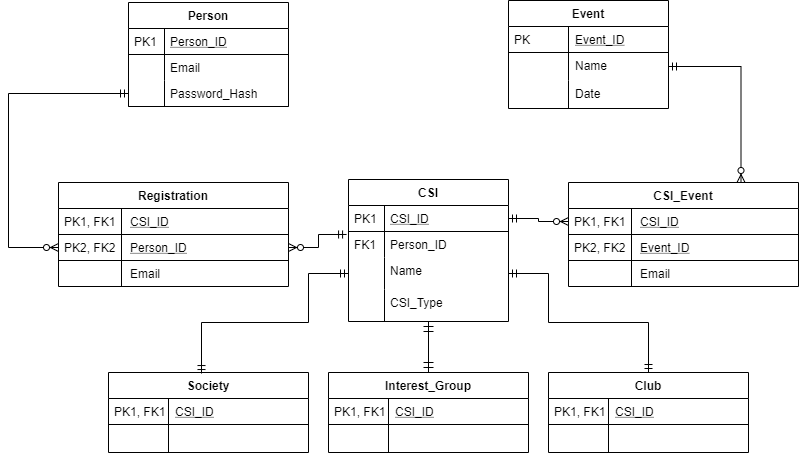
The draw.io diagram Untitled Diagram.png in Makizoro/Overclock, before a commit. Source tidied: cells renumbered, new cells last; positions are measured from the earlier drawing's top-left corner, leaving out a move shared by most shapes. The source it was exported from:
```xml
<mxGraphModel>
  <root>
    <mxCell id="0" />
    <mxCell id="1" parent="0" />
    <mxCell id="2" value="Person" style="swimlane;fontStyle=1;horizontal=1;startSize=26;rounded=0;shadow=0;strokeWidth=1;" parent="1" vertex="1">
      <mxGeometry x="120" y="2" width="160" height="104" as="geometry" />
    </mxCell>
    <mxCell id="3" value="Person_ID" style="shape=partialRectangle;top=0;left=0;right=0;bottom=1;align=left;verticalAlign=top;fillColor=none;spacingLeft=40;spacingRight=4;overflow=hidden;rounded=0;shadow=0;strokeWidth=1;fontStyle=4;" parent="2" vertex="1">
      <mxGeometry y="26" width="160" height="26" as="geometry" />
    </mxCell>
    <mxCell id="4" value="PK1" style="shape=partialRectangle;top=0;left=0;bottom=0;fillColor=none;align=left;verticalAlign=top;spacingLeft=4;spacingRight=4;overflow=hidden;" parent="3" vertex="1">
      <mxGeometry width="36" height="26" as="geometry" />
    </mxCell>
    <mxCell id="5" value="Email" style="shape=partialRectangle;top=0;left=0;right=0;bottom=0;align=left;verticalAlign=top;fillColor=none;spacingLeft=40;spacingRight=4;overflow=hidden;rounded=0;shadow=0;strokeWidth=1;" parent="2" vertex="1">
      <mxGeometry y="52" width="160" height="26" as="geometry" />
    </mxCell>
    <mxCell id="6" style="shape=partialRectangle;top=0;left=0;bottom=0;fillColor=none;align=left;verticalAlign=top;spacingLeft=4;spacingRight=4;overflow=hidden;" parent="5" vertex="1">
      <mxGeometry width="36" height="26" as="geometry" />
    </mxCell>
    <mxCell id="7" value="Password_Hash&#10;" style="shape=partialRectangle;top=0;left=0;right=0;bottom=1;align=left;verticalAlign=top;fillColor=none;spacingLeft=40;spacingRight=4;overflow=hidden;points=[[0,0.5],[1,0.5]];portConstraint=eastwest;rounded=0;shadow=0;strokeWidth=1;fontStyle=0;" parent="2" vertex="1">
      <mxGeometry y="78" width="160" height="26" as="geometry" />
    </mxCell>
    <mxCell id="8" style="shape=partialRectangle;top=0;left=0;bottom=0;fillColor=none;align=left;verticalAlign=top;spacingLeft=4;spacingRight=4;overflow=hidden;" parent="7" vertex="1">
      <mxGeometry width="36" height="26" as="geometry" />
    </mxCell>
    <mxCell id="9" value="CSI" style="swimlane;fontStyle=1;horizontal=1;startSize=26;rounded=0;shadow=0;strokeWidth=1;" parent="1" vertex="1">
      <mxGeometry x="340" y="179" width="160" height="142" as="geometry" />
    </mxCell>
    <mxCell id="10" value="CSI_ID" style="shape=partialRectangle;top=0;left=0;right=0;bottom=1;align=left;verticalAlign=top;fillColor=none;spacingLeft=40;spacingRight=4;overflow=hidden;points=[[0,0.5],[1,0.5]];portConstraint=eastwest;rounded=0;shadow=0;strokeWidth=1;fontStyle=4;" parent="9" vertex="1">
      <mxGeometry y="26" width="160" height="26" as="geometry" />
    </mxCell>
    <mxCell id="11" value="PK1" style="shape=partialRectangle;top=0;left=0;bottom=0;fillColor=none;align=left;verticalAlign=top;spacingLeft=4;spacingRight=4;overflow=hidden;" parent="10" vertex="1">
      <mxGeometry width="36" height="26" as="geometry" />
    </mxCell>
    <mxCell id="12" value="Person_ID" style="shape=partialRectangle;top=0;left=0;right=0;bottom=0;align=left;verticalAlign=top;fillColor=none;spacingLeft=40;spacingRight=4;overflow=hidden;rounded=0;shadow=0;strokeWidth=1;" parent="9" vertex="1">
      <mxGeometry y="52" width="160" height="26" as="geometry" />
    </mxCell>
    <mxCell id="13" value="FK1" style="shape=partialRectangle;top=0;left=0;bottom=0;fillColor=none;align=left;verticalAlign=top;spacingLeft=4;spacingRight=4;overflow=hidden;" parent="12" vertex="1">
      <mxGeometry width="36" height="26" as="geometry" />
    </mxCell>
    <mxCell id="14" value="Name" style="shape=partialRectangle;top=0;left=0;right=0;bottom=0;align=left;verticalAlign=top;fillColor=none;spacingLeft=40;spacingRight=4;overflow=hidden;points=[[0,0.5],[1,0.5]];portConstraint=eastwest;rounded=0;shadow=0;strokeWidth=1;" parent="9" vertex="1">
      <mxGeometry y="78" width="160" height="32" as="geometry" />
    </mxCell>
    <mxCell id="15" style="shape=partialRectangle;top=0;left=0;bottom=0;fillColor=none;align=left;verticalAlign=top;spacingLeft=4;spacingRight=4;overflow=hidden;" parent="14" vertex="1">
      <mxGeometry width="36" height="32" as="geometry" />
    </mxCell>
    <mxCell id="16" value="CSI_Type" style="shape=partialRectangle;top=0;left=0;right=0;bottom=0;align=left;verticalAlign=top;fillColor=none;spacingLeft=40;spacingRight=4;overflow=hidden;rounded=0;shadow=0;strokeWidth=1;" parent="9" vertex="1">
      <mxGeometry y="110" width="160" height="32" as="geometry" />
    </mxCell>
    <mxCell id="17" style="shape=partialRectangle;top=0;left=0;bottom=0;fillColor=none;align=left;verticalAlign=top;spacingLeft=4;spacingRight=4;overflow=hidden;" parent="16" vertex="1">
      <mxGeometry width="36" height="32" as="geometry" />
    </mxCell>
    <mxCell id="18" value="Interest_Group" style="swimlane;fontStyle=1;horizontal=1;startSize=26;rounded=0;shadow=0;strokeWidth=1;" parent="1" vertex="1">
      <mxGeometry x="320" y="372" width="200" height="80" as="geometry" />
    </mxCell>
    <mxCell id="19" value="CSI_ID" style="shape=partialRectangle;top=0;left=0;right=0;bottom=1;align=left;verticalAlign=top;fillColor=none;spacingLeft=65;spacingRight=4;overflow=hidden;rounded=0;shadow=0;strokeWidth=1;fontStyle=4;" parent="18" vertex="1">
      <mxGeometry y="26" width="200" height="26" as="geometry" />
    </mxCell>
    <mxCell id="20" value="PK1, FK1" style="shape=partialRectangle;top=0;left=0;bottom=0;fillColor=none;align=left;verticalAlign=top;spacingLeft=4;spacingRight=4;overflow=hidden;" parent="19" vertex="1">
      <mxGeometry width="60" height="26" as="geometry" />
    </mxCell>
    <mxCell id="21" style="shape=partialRectangle;top=0;left=0;right=0;bottom=0;align=left;verticalAlign=top;fillColor=none;spacingLeft=65;spacingRight=4;overflow=hidden;rounded=0;shadow=0;strokeWidth=1;" parent="18" vertex="1">
      <mxGeometry y="52" width="200" height="28" as="geometry" />
    </mxCell>
    <mxCell id="22" style="shape=partialRectangle;top=0;left=0;bottom=0;fillColor=none;align=left;verticalAlign=top;spacingLeft=4;spacingRight=4;overflow=hidden;" parent="21" vertex="1">
      <mxGeometry width="60" height="28" as="geometry" />
    </mxCell>
    <mxCell id="23" style="edgeStyle=orthogonalEdgeStyle;endArrow=ERmandOne;startArrow=ERmandOne;shadow=0;strokeWidth=1;endSize=8;startSize=8;endFill=0;" parent="1" edge="1" source="9" target="18">
      <mxGeometry relative="1" as="geometry" />
    </mxCell>
    <mxCell id="24" value="Registration" style="swimlane;fontStyle=1;horizontal=1;startSize=26;rounded=0;shadow=0;strokeWidth=1;" parent="1" vertex="1">
      <mxGeometry x="50" y="182" width="230" height="104" as="geometry" />
    </mxCell>
    <mxCell id="25" value="CSI_ID" style="shape=partialRectangle;top=0;left=0;right=0;bottom=1;align=left;verticalAlign=top;fillColor=none;spacingLeft=70;spacingRight=4;overflow=hidden;rounded=0;shadow=0;strokeWidth=1;fontStyle=4;" parent="24" vertex="1">
      <mxGeometry y="26" width="230" height="26" as="geometry" />
    </mxCell>
    <mxCell id="26" value="PK1, FK1" style="shape=partialRectangle;top=0;left=0;bottom=0;fillColor=none;align=left;verticalAlign=top;spacingLeft=4;spacingRight=4;overflow=hidden;" parent="25" vertex="1">
      <mxGeometry width="63" height="26" as="geometry" />
    </mxCell>
    <mxCell id="27" value="Person_ID" style="shape=partialRectangle;top=0;left=0;right=0;bottom=1;align=left;verticalAlign=top;fillColor=none;spacingLeft=70;spacingRight=4;overflow=hidden;points=[[0,0.5],[1,0.5]];portConstraint=eastwest;rounded=0;shadow=0;strokeWidth=1;fontStyle=4;" parent="24" vertex="1">
      <mxGeometry y="52" width="230" height="26" as="geometry" />
    </mxCell>
    <mxCell id="28" value="PK2, FK2" style="shape=partialRectangle;top=0;left=0;bottom=0;fillColor=none;align=left;verticalAlign=top;spacingLeft=4;spacingRight=4;overflow=hidden;" parent="27" vertex="1">
      <mxGeometry width="63" height="26" as="geometry" />
    </mxCell>
    <mxCell id="29" value="Email" style="shape=partialRectangle;top=0;left=0;right=0;bottom=0;align=left;verticalAlign=top;fillColor=none;spacingLeft=70;spacingRight=4;overflow=hidden;rounded=0;shadow=0;strokeWidth=1;" parent="24" vertex="1">
      <mxGeometry y="78" width="230" height="26" as="geometry" />
    </mxCell>
    <mxCell id="30" style="shape=partialRectangle;top=0;left=0;bottom=0;fillColor=none;align=left;verticalAlign=top;spacingLeft=4;spacingRight=4;overflow=hidden;" parent="29" vertex="1">
      <mxGeometry width="63" height="26" as="geometry" />
    </mxCell>
    <mxCell id="31" style="edgeStyle=orthogonalEdgeStyle;rounded=0;jettySize=auto;html=1;exitX=1;exitY=0.5;exitDx=0;exitDy=0;entryX=-0.012;entryY=1.115;entryDx=0;entryDy=0;entryPerimeter=0;startArrow=ERzeroToMany;startFill=1;endArrow=ERmandOne;endFill=0;" parent="1" edge="1" source="27" target="10">
      <mxGeometry relative="1" as="geometry" />
    </mxCell>
    <mxCell id="32" value="Society" style="swimlane;fontStyle=1;horizontal=1;startSize=26;rounded=0;shadow=0;strokeWidth=1;" parent="1" vertex="1">
      <mxGeometry x="100" y="372" width="200" height="80" as="geometry" />
    </mxCell>
    <mxCell id="33" value="CSI_ID" style="shape=partialRectangle;top=0;left=0;right=0;bottom=1;align=left;verticalAlign=top;fillColor=none;spacingLeft=65;spacingRight=4;overflow=hidden;rounded=0;shadow=0;strokeWidth=1;fontStyle=4;" parent="32" vertex="1">
      <mxGeometry y="26" width="200" height="26" as="geometry" />
    </mxCell>
    <mxCell id="34" value="PK1, FK1" style="shape=partialRectangle;top=0;left=0;bottom=0;fillColor=none;align=left;verticalAlign=top;spacingLeft=4;spacingRight=4;overflow=hidden;" parent="33" vertex="1">
      <mxGeometry width="60" height="26" as="geometry" />
    </mxCell>
    <mxCell id="35" style="shape=partialRectangle;top=0;left=0;right=0;bottom=0;align=left;verticalAlign=top;fillColor=none;spacingLeft=65;spacingRight=4;overflow=hidden;rounded=0;shadow=0;strokeWidth=1;" parent="32" vertex="1">
      <mxGeometry y="52" width="200" height="28" as="geometry" />
    </mxCell>
    <mxCell id="36" style="shape=partialRectangle;top=0;left=0;bottom=0;fillColor=none;align=left;verticalAlign=top;spacingLeft=4;spacingRight=4;overflow=hidden;" parent="35" vertex="1">
      <mxGeometry width="60" height="28" as="geometry" />
    </mxCell>
    <mxCell id="37" style="edgeStyle=orthogonalEdgeStyle;rounded=0;jettySize=auto;html=1;exitX=0;exitY=0.5;exitDx=0;exitDy=0;entryX=0.465;entryY=0.013;entryDx=0;entryDy=0;entryPerimeter=0;startArrow=ERmandOne;startFill=0;endArrow=ERmandOne;endFill=0;" parent="1" edge="1" source="14" target="32">
      <mxGeometry relative="1" as="geometry">
        <Array as="points">
          <mxPoint x="300" y="273" />
          <mxPoint x="300" y="322" />
          <mxPoint x="193" y="322" />
        </Array>
      </mxGeometry>
    </mxCell>
    <mxCell id="38" value="Club" style="swimlane;fontStyle=1;horizontal=1;startSize=26;rounded=0;shadow=0;strokeWidth=1;" parent="1" vertex="1">
      <mxGeometry x="540" y="372" width="200" height="80" as="geometry" />
    </mxCell>
    <mxCell id="39" value="CSI_ID" style="shape=partialRectangle;top=0;left=0;right=0;bottom=1;align=left;verticalAlign=top;fillColor=none;spacingLeft=65;spacingRight=4;overflow=hidden;rounded=0;shadow=0;strokeWidth=1;fontStyle=4;" parent="38" vertex="1">
      <mxGeometry y="26" width="200" height="26" as="geometry" />
    </mxCell>
    <mxCell id="40" value="PK1, FK1" style="shape=partialRectangle;top=0;left=0;bottom=0;fillColor=none;align=left;verticalAlign=top;spacingLeft=4;spacingRight=4;overflow=hidden;" parent="39" vertex="1">
      <mxGeometry width="60" height="26" as="geometry" />
    </mxCell>
    <mxCell id="41" style="shape=partialRectangle;top=0;left=0;right=0;bottom=0;align=left;verticalAlign=top;fillColor=none;spacingLeft=65;spacingRight=4;overflow=hidden;rounded=0;shadow=0;strokeWidth=1;" parent="38" vertex="1">
      <mxGeometry y="52" width="200" height="28" as="geometry" />
    </mxCell>
    <mxCell id="42" style="shape=partialRectangle;top=0;left=0;bottom=0;fillColor=none;align=left;verticalAlign=top;spacingLeft=4;spacingRight=4;overflow=hidden;" parent="41" vertex="1">
      <mxGeometry width="60" height="28" as="geometry" />
    </mxCell>
    <mxCell id="43" style="edgeStyle=orthogonalEdgeStyle;rounded=0;jettySize=auto;html=1;exitX=1;exitY=0.5;exitDx=0;exitDy=0;entryX=0.5;entryY=0;entryDx=0;entryDy=0;startArrow=ERmandOne;startFill=0;endArrow=ERmandOne;endFill=0;" parent="1" edge="1" source="14" target="38">
      <mxGeometry relative="1" as="geometry">
        <Array as="points">
          <mxPoint x="540" y="273" />
          <mxPoint x="540" y="322" />
          <mxPoint x="640" y="322" />
        </Array>
      </mxGeometry>
    </mxCell>
    <mxCell id="44" value="Event" style="swimlane;fontStyle=1;horizontal=1;startSize=26;rounded=0;shadow=0;strokeWidth=1;" parent="1" vertex="1">
      <mxGeometry x="500" width="160" height="108" as="geometry" />
    </mxCell>
    <mxCell id="45" value="Event_ID" style="shape=partialRectangle;top=0;left=0;right=0;bottom=1;align=left;verticalAlign=top;fillColor=none;spacingLeft=65;spacingRight=4;overflow=hidden;rounded=0;shadow=0;strokeWidth=1;fontStyle=4;" parent="44" vertex="1">
      <mxGeometry y="26" width="160" height="26" as="geometry" />
    </mxCell>
    <mxCell id="46" value="PK" style="shape=partialRectangle;top=0;left=0;bottom=0;fillColor=none;align=left;verticalAlign=top;spacingLeft=4;spacingRight=4;overflow=hidden;" parent="45" vertex="1">
      <mxGeometry width="60" height="26" as="geometry" />
    </mxCell>
    <mxCell id="47" value="Name" style="shape=partialRectangle;top=0;left=0;right=0;bottom=0;align=left;verticalAlign=top;fillColor=none;spacingLeft=65;spacingRight=4;overflow=hidden;points=[[0,0.5],[1,0.5]];portConstraint=eastwest;rounded=0;shadow=0;strokeWidth=1;" parent="44" vertex="1">
      <mxGeometry y="52" width="160" height="28" as="geometry" />
    </mxCell>
    <mxCell id="48" style="shape=partialRectangle;top=0;left=0;bottom=0;fillColor=none;align=left;verticalAlign=top;spacingLeft=4;spacingRight=4;overflow=hidden;" parent="47" vertex="1">
      <mxGeometry width="60" height="28" as="geometry" />
    </mxCell>
    <mxCell id="49" value="Date" style="shape=partialRectangle;top=0;left=0;right=0;bottom=0;align=left;verticalAlign=top;fillColor=none;spacingLeft=65;spacingRight=4;overflow=hidden;rounded=0;shadow=0;strokeWidth=1;" parent="44" vertex="1">
      <mxGeometry y="80" width="160" height="28" as="geometry" />
    </mxCell>
    <mxCell id="50" style="shape=partialRectangle;top=0;left=0;bottom=0;fillColor=none;align=left;verticalAlign=top;spacingLeft=4;spacingRight=4;overflow=hidden;" parent="49" vertex="1">
      <mxGeometry width="60" height="28" as="geometry" />
    </mxCell>
    <mxCell id="51" style="edgeStyle=orthogonalEdgeStyle;rounded=0;jettySize=auto;html=1;exitX=0;exitY=0.5;exitDx=0;exitDy=0;entryX=0;entryY=0.5;entryDx=0;entryDy=0;startArrow=ERmandOne;startFill=0;endArrow=ERzeroToMany;endFill=1;" parent="1" edge="1" source="7" target="27">
      <mxGeometry relative="1" as="geometry">
        <Array as="points">
          <mxPoint y="93" />
          <mxPoint y="247" />
        </Array>
      </mxGeometry>
    </mxCell>
    <mxCell id="52" style="edgeStyle=orthogonalEdgeStyle;rounded=0;jettySize=auto;html=1;exitX=0.75;exitY=0;exitDx=0;exitDy=0;entryX=1;entryY=0.5;entryDx=0;entryDy=0;startArrow=ERzeroToMany;startFill=1;endArrow=ERmandOne;endFill=0;" parent="1" edge="1" source="53" target="47">
      <mxGeometry relative="1" as="geometry" />
    </mxCell>
    <mxCell id="53" value="CSI_Event" style="swimlane;fontStyle=1;horizontal=1;startSize=26;rounded=0;shadow=0;strokeWidth=1;" parent="1" vertex="1">
      <mxGeometry x="560" y="182" width="230" height="104" as="geometry" />
    </mxCell>
    <mxCell id="54" value="CSI_ID" style="shape=partialRectangle;top=0;left=0;right=0;bottom=1;align=left;verticalAlign=top;fillColor=none;spacingLeft=70;spacingRight=4;overflow=hidden;points=[[0,0.5],[1,0.5]];portConstraint=eastwest;rounded=0;shadow=0;strokeWidth=1;fontStyle=4;" parent="53" vertex="1">
      <mxGeometry y="26" width="230" height="26" as="geometry" />
    </mxCell>
    <mxCell id="55" value="PK1, FK1" style="shape=partialRectangle;top=0;left=0;bottom=0;fillColor=none;align=left;verticalAlign=top;spacingLeft=4;spacingRight=4;overflow=hidden;" parent="54" vertex="1">
      <mxGeometry width="63" height="26" as="geometry" />
    </mxCell>
    <mxCell id="56" value="Event_ID" style="shape=partialRectangle;top=0;left=0;right=0;bottom=1;align=left;verticalAlign=top;fillColor=none;spacingLeft=70;spacingRight=4;overflow=hidden;rounded=0;shadow=0;strokeWidth=1;fontStyle=4;" parent="53" vertex="1">
      <mxGeometry y="52" width="230" height="26" as="geometry" />
    </mxCell>
    <mxCell id="57" value="PK2, FK2" style="shape=partialRectangle;top=0;left=0;bottom=0;fillColor=none;align=left;verticalAlign=top;spacingLeft=4;spacingRight=4;overflow=hidden;" parent="56" vertex="1">
      <mxGeometry width="63" height="26" as="geometry" />
    </mxCell>
    <mxCell id="58" value="Email" style="shape=partialRectangle;top=0;left=0;right=0;bottom=0;align=left;verticalAlign=top;fillColor=none;spacingLeft=70;spacingRight=4;overflow=hidden;rounded=0;shadow=0;strokeWidth=1;" parent="53" vertex="1">
      <mxGeometry y="78" width="230" height="26" as="geometry" />
    </mxCell>
    <mxCell id="59" style="shape=partialRectangle;top=0;left=0;bottom=0;fillColor=none;align=left;verticalAlign=top;spacingLeft=4;spacingRight=4;overflow=hidden;" parent="58" vertex="1">
      <mxGeometry width="63" height="26" as="geometry" />
    </mxCell>
    <mxCell id="60" style="edgeStyle=orthogonalEdgeStyle;rounded=0;jettySize=auto;html=1;exitX=0;exitY=0.5;exitDx=0;exitDy=0;entryX=1;entryY=0.5;entryDx=0;entryDy=0;startArrow=ERzeroToMany;startFill=1;endArrow=ERmandOne;endFill=0;spacing=2;" parent="1" edge="1" source="54" target="10">
      <mxGeometry relative="1" as="geometry" />
    </mxCell>
  </root>
</mxGraphModel>
```
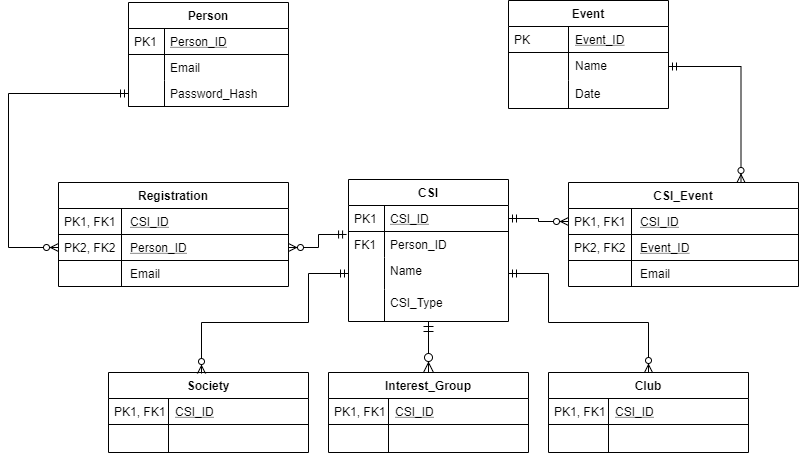
Above is the later version.

Change to the diagram source:
```diff
@@ -65,7 +65,7 @@
     <mxCell id="22" style="shape=partialRectangle;top=0;left=0;bottom=0;fillColor=none;align=left;verticalAlign=top;spacingLeft=4;spacingRight=4;overflow=hidden;" parent="21" vertex="1">
       <mxGeometry width="60" height="28" as="geometry" />
     </mxCell>
-    <mxCell id="23" style="edgeStyle=orthogonalEdgeStyle;endArrow=ERmandOne;startArrow=ERmandOne;shadow=0;strokeWidth=1;endSize=8;startSize=8;endFill=0;" parent="1" edge="1" source="9" target="18">
+    <mxCell id="23" style="edgeStyle=orthogonalEdgeStyle;endArrow=ERzeroToMany;startArrow=ERmandOne;shadow=0;strokeWidth=1;endSize=8;startSize=8;endFill=1;startFill=0;" parent="1" edge="1" source="9" target="18">
       <mxGeometry relative="1" as="geometry" />
     </mxCell>
     <mxCell id="24" value="Registration" style="swimlane;fontStyle=1;horizontal=1;startSize=26;rounded=0;shadow=0;strokeWidth=1;" parent="1" vertex="1">
@@ -107,7 +107,7 @@
     <mxCell id="36" style="shape=partialRectangle;top=0;left=0;bottom=0;fillColor=none;align=left;verticalAlign=top;spacingLeft=4;spacingRight=4;overflow=hidden;" parent="35" vertex="1">
       <mxGeometry width="60" height="28" as="geometry" />
     </mxCell>
-    <mxCell id="37" style="edgeStyle=orthogonalEdgeStyle;rounded=0;jettySize=auto;html=1;exitX=0;exitY=0.5;exitDx=0;exitDy=0;entryX=0.465;entryY=0.013;entryDx=0;entryDy=0;entryPerimeter=0;startArrow=ERmandOne;startFill=0;endArrow=ERmandOne;endFill=0;" parent="1" edge="1" source="14" target="32">
+    <mxCell id="37" style="edgeStyle=orthogonalEdgeStyle;rounded=0;jettySize=auto;html=1;exitX=0;exitY=0.5;exitDx=0;exitDy=0;entryX=0.465;entryY=0.013;entryDx=0;entryDy=0;entryPerimeter=0;startArrow=ERmandOne;startFill=0;endArrow=ERzeroToMany;endFill=1;" parent="1" edge="1" source="14" target="32">
       <mxGeometry relative="1" as="geometry">
         <Array as="points">
           <mxPoint x="300" y="273" />
@@ -131,7 +131,7 @@
     <mxCell id="42" style="shape=partialRectangle;top=0;left=0;bottom=0;fillColor=none;align=left;verticalAlign=top;spacingLeft=4;spacingRight=4;overflow=hidden;" parent="41" vertex="1">
       <mxGeometry width="60" height="28" as="geometry" />
     </mxCell>
-    <mxCell id="43" style="edgeStyle=orthogonalEdgeStyle;rounded=0;jettySize=auto;html=1;exitX=1;exitY=0.5;exitDx=0;exitDy=0;entryX=0.5;entryY=0;entryDx=0;entryDy=0;startArrow=ERmandOne;startFill=0;endArrow=ERmandOne;endFill=0;" parent="1" edge="1" source="14" target="38">
+    <mxCell id="43" style="edgeStyle=orthogonalEdgeStyle;rounded=0;jettySize=auto;html=1;exitX=1;exitY=0.5;exitDx=0;exitDy=0;entryX=0.5;entryY=0;entryDx=0;entryDy=0;startArrow=ERmandOne;startFill=0;endArrow=ERzeroToMany;endFill=1;" parent="1" edge="1" source="14" target="38">
       <mxGeometry relative="1" as="geometry">
         <Array as="points">
           <mxPoint x="540" y="273" />
```
